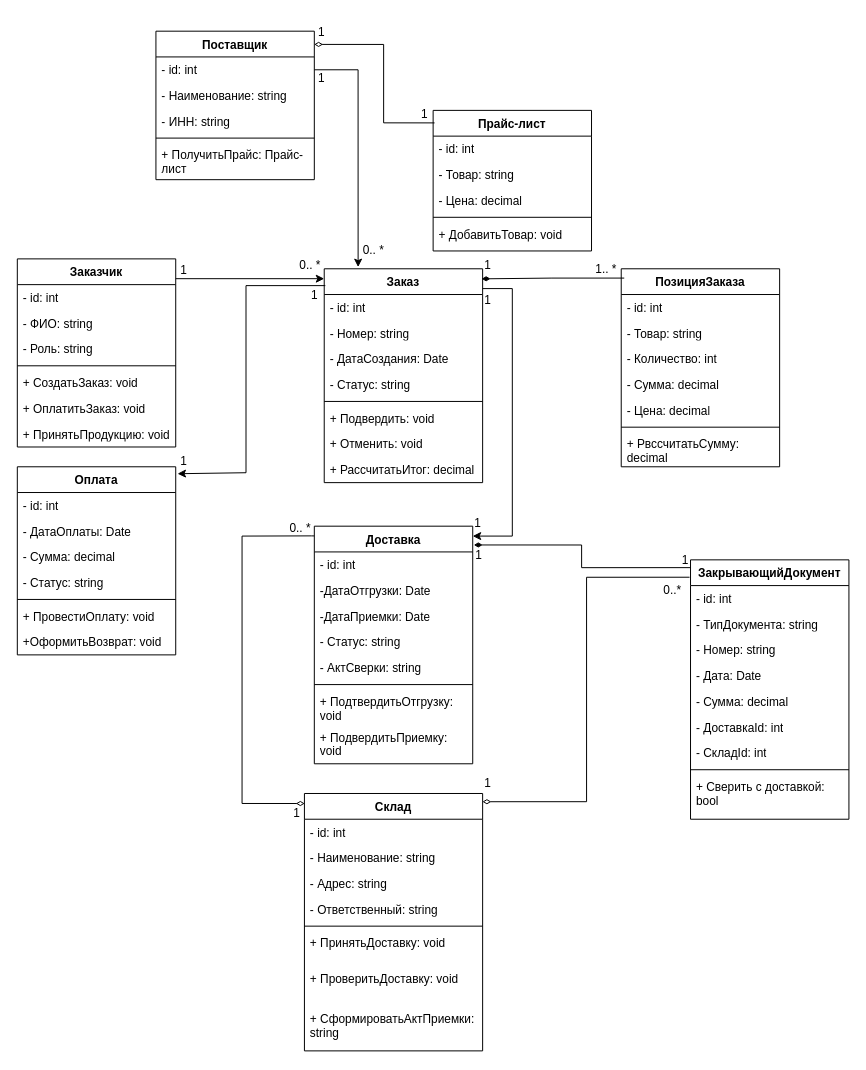
Earlier version of the draw.io diagram классов.drawio (Dasha-Angel/course-paper). Source tidied: cells renumbered, new cells numbered last; positions are measured from the earlier drawing's top-left corner, leaving out a move shared by most shapes. Both pictures are drawn from the tidied source at 99%, with x=0, y=0 at pixel (17, 17).
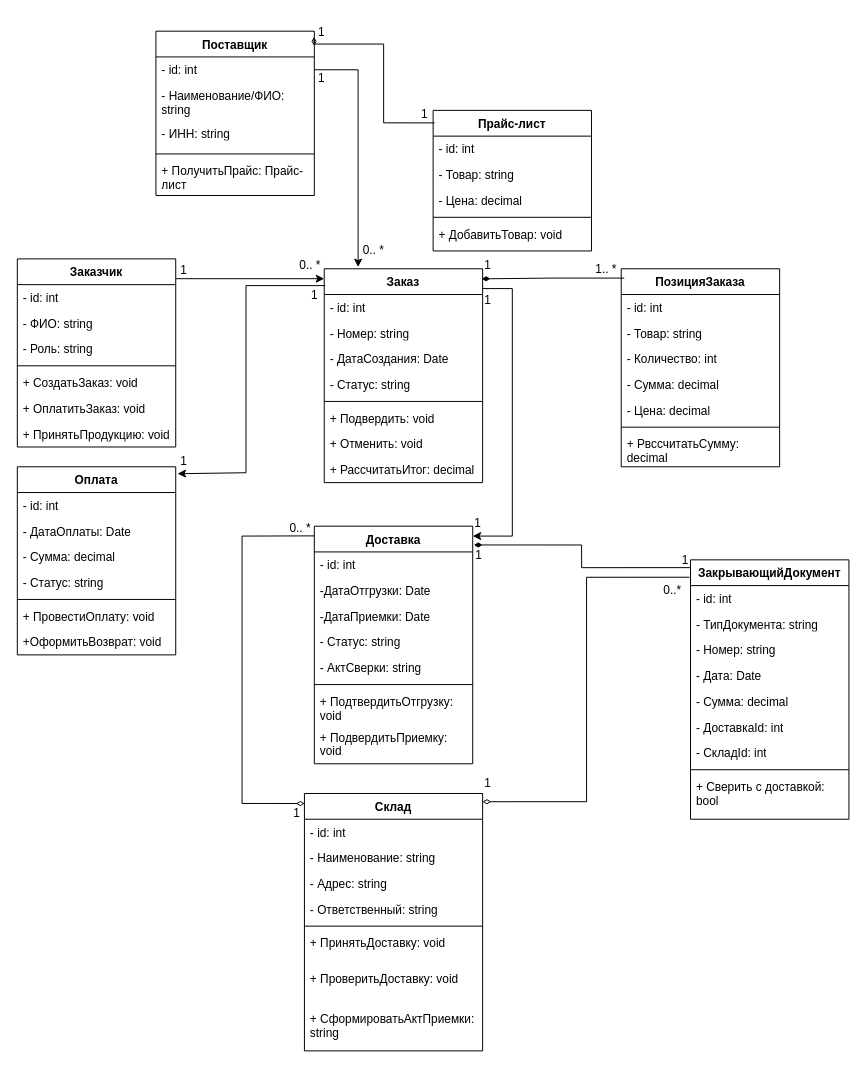
Above is the later version.

What changed in the source:
```diff
@@
     <mxCell id="19" value="Поставщик" style="swimlane;fontStyle=1;align=center;verticalAlign=top;horizontal=1;startSize=26;whiteSpace=wrap;html=1;" parent="1" vertex="1">
-      <mxGeometry x="140" y="14" width="160" height="150" as="geometry" />
+      <mxGeometry x="140" y="14" width="160" height="166" as="geometry" />
     </mxCell>
@@
-    <mxCell id="21" value="- Наименование: string" style="text;strokeColor=none;fillColor=none;align=left;verticalAlign=top;spacingLeft=4;spacingRight=4;overflow=hidden;whiteSpace=wrap;html=1;" parent="19" vertex="1">
-      <mxGeometry y="52" width="160" height="26" as="geometry" />
+    <mxCell id="21" value="- Наименование/ФИО: string" style="text;strokeColor=none;fillColor=none;align=left;verticalAlign=top;spacingLeft=4;spacingRight=4;overflow=hidden;whiteSpace=wrap;html=1;" parent="19" vertex="1">
+      <mxGeometry y="52" width="160" height="38" as="geometry" />
     </mxCell>
     <mxCell id="22" value="- ИНН: string" style="text;strokeColor=none;fillColor=none;align=left;verticalAlign=top;spacingLeft=4;spacingRight=4;overflow=hidden;whiteSpace=wrap;html=1;" parent="19" vertex="1">
-      <mxGeometry y="78" width="160" height="26" as="geometry" />
+      <mxGeometry y="90" width="160" height="30" as="geometry" />
     </mxCell>
     <mxCell id="23" style="line;strokeWidth=1;fillColor=none;align=left;verticalAlign=middle;spacingTop=-1;spacingLeft=3;spacingRight=3;labelPosition=right;strokeColor=inherit;" parent="19" vertex="1">
-      <mxGeometry y="104" width="160" height="8" as="geometry" />
+      <mxGeometry y="120" width="160" height="8" as="geometry" />
     </mxCell>
     <mxCell id="24" value="+ ПолучитьПрайс: Прайс-лист" style="text;strokeColor=none;fillColor=none;align=left;verticalAlign=top;spacingLeft=4;spacingRight=4;overflow=hidden;whiteSpace=wrap;html=1;" parent="19" vertex="1">
-      <mxGeometry y="112" width="160" height="38" as="geometry" />
+      <mxGeometry y="128" width="160" height="38" as="geometry" />
     </mxCell>
```
